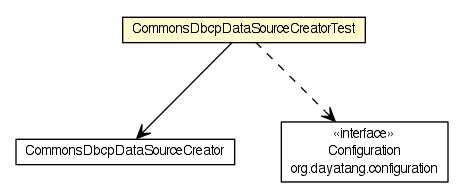
Before: testapidocs/org/dayatang/datasource4saas/dscreator/CommonsDbcpDataSourceCreatorTest.png, a diagram exported from Graphviz (dayatang/dddlib). Its source is kept beside it as testapidocs/org/dayatang/datasource4saas/dscreator/CommonsDbcpDataSourceCreatorTest.dot.
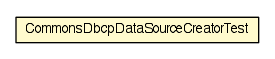
The same diagram one commit later.

The edit, as a diff of the source:
```diff
@@ -4,23 +4,9 @@
 	node [fontname="Helvetica",fontsize=10,shape=plaintext];
 	nodesep=0.25;
 	ranksep=0.5;
-	c16374 [label=<<table title="org.dayatang.datasource4saas.dscreator.CommonsDbcpDataSourceCreatorTest" border="0" cellborder="1" cellspacing="0" cellpadding="2" port="p" bgcolor="lemonChiffon" href="./CommonsDbcpDataSourceCreatorTest.html">
+	c16149 [label=<<table title="org.dayatang.datasource4saas.dscreator.CommonsDbcpDataSourceCreatorTest" border="0" cellborder="1" cellspacing="0" cellpadding="2" port="p" bgcolor="lemonChiffon" href="./CommonsDbcpDataSourceCreatorTest.html">
 		<tr><td><table border="0" cellspacing="0" cellpadding="1">
 <tr><td align="center" balign="center"> CommonsDbcpDataSourceCreatorTest </td></tr>
 		</table></td></tr>
 		</table>>, URL="./CommonsDbcpDataSourceCreatorTest.html", fontname="Helvetica", fontcolor="black", fontsize=10.0];
-	c16374:p -> c16398:p [taillabel="", label=" "headlabel="", fontname="Helvetica", fontcolor="black", fontsize=10.0, color="black", arrowhead=open];
-	c16374:p -> c16399:p [taillabel="", label=" "headlabel="", fontname="Helvetica", fontcolor="black", fontsize=10.0, color="black", arrowhead=open, style=dashed];
-	c16399 [label=<<table title="org.dayatang.configuration.Configuration" border="0" cellborder="1" cellspacing="0" cellpadding="2" port="p" href="http://java.sun.com/j2se/1.4.2/docs/api/org/dayatang/configuration/Configuration.html">
-		<tr><td><table border="0" cellspacing="0" cellpadding="1">
-<tr><td align="center" balign="center"> &#171;interface&#187; </td></tr>
-<tr><td align="center" balign="center"> Configuration </td></tr>
-<tr><td align="center" balign="center"> org.dayatang.configuration </td></tr>
-		</table></td></tr>
-		</table>>, URL="http://java.sun.com/j2se/1.4.2/docs/api/org/dayatang/configuration/Configuration.html", fontname="Helvetica", fontcolor="black", fontsize=10.0];
-	c16398 [label=<<table title="org.dayatang.datasource4saas.dscreator.CommonsDbcpDataSourceCreator" border="0" cellborder="1" cellspacing="0" cellpadding="2" port="p" href="http://java.sun.com/j2se/1.4.2/docs/api/org/dayatang/datasource4saas/dscreator/CommonsDbcpDataSourceCreator.html">
-		<tr><td><table border="0" cellspacing="0" cellpadding="1">
-<tr><td align="center" balign="center"> CommonsDbcpDataSourceCreator </td></tr>
-		</table></td></tr>
-		</table>>, URL="http://java.sun.com/j2se/1.4.2/docs/api/org/dayatang/datasource4saas/dscreator/CommonsDbcpDataSourceCreator.html", fontname="Helvetica", fontcolor="black", fontsize=10.0];
 }
```
